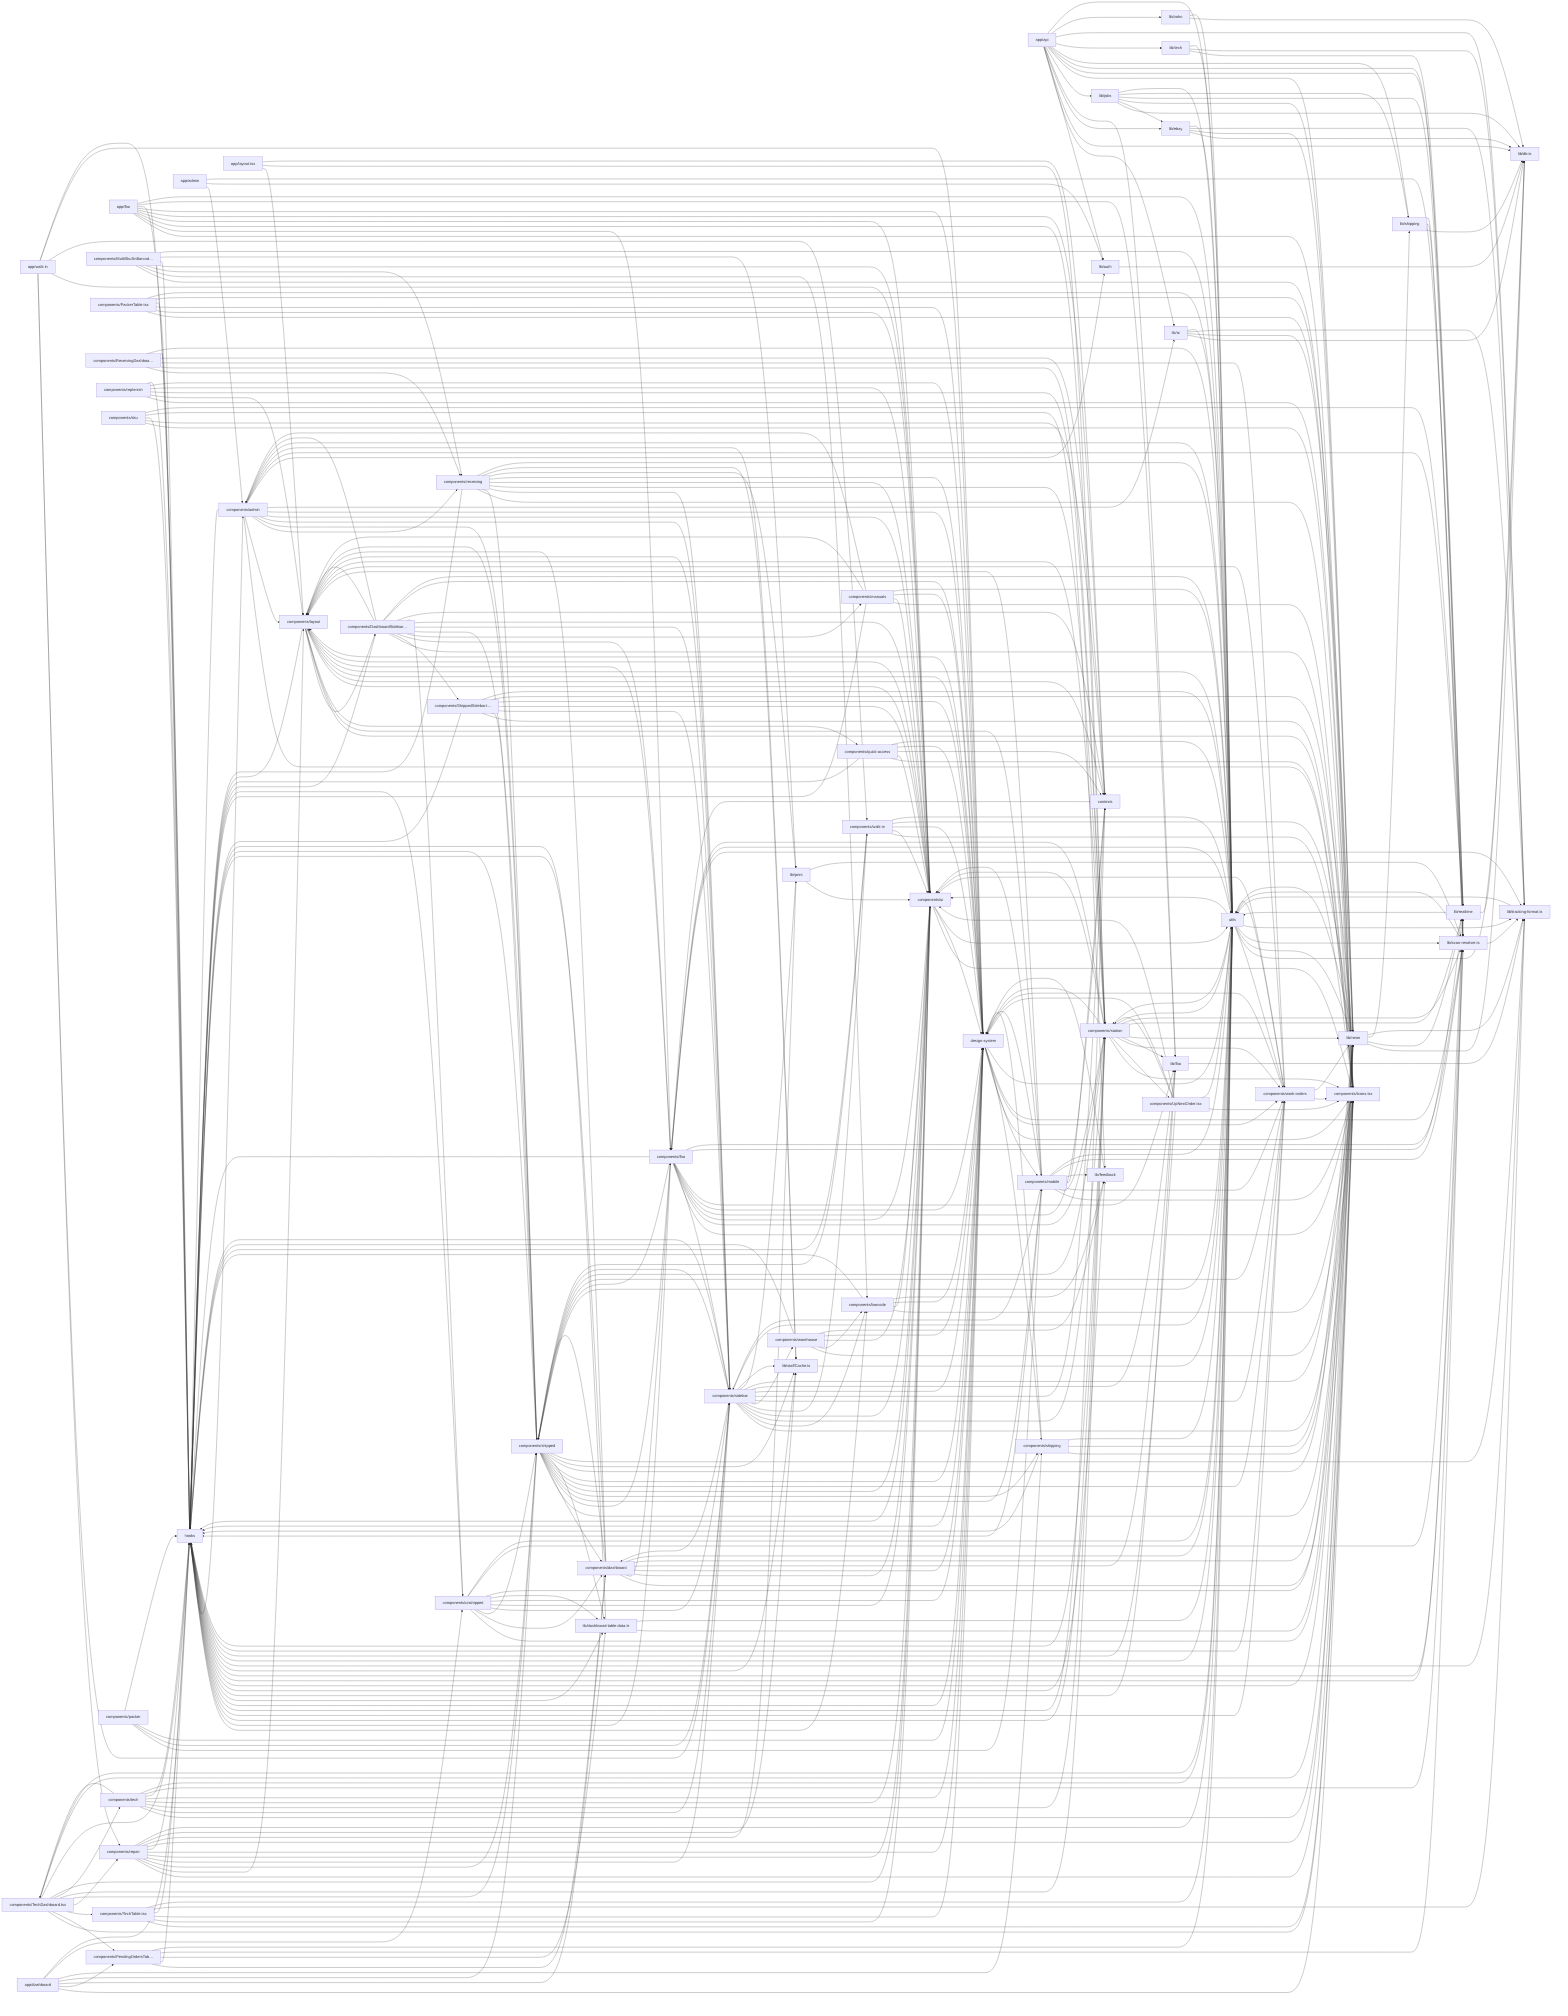
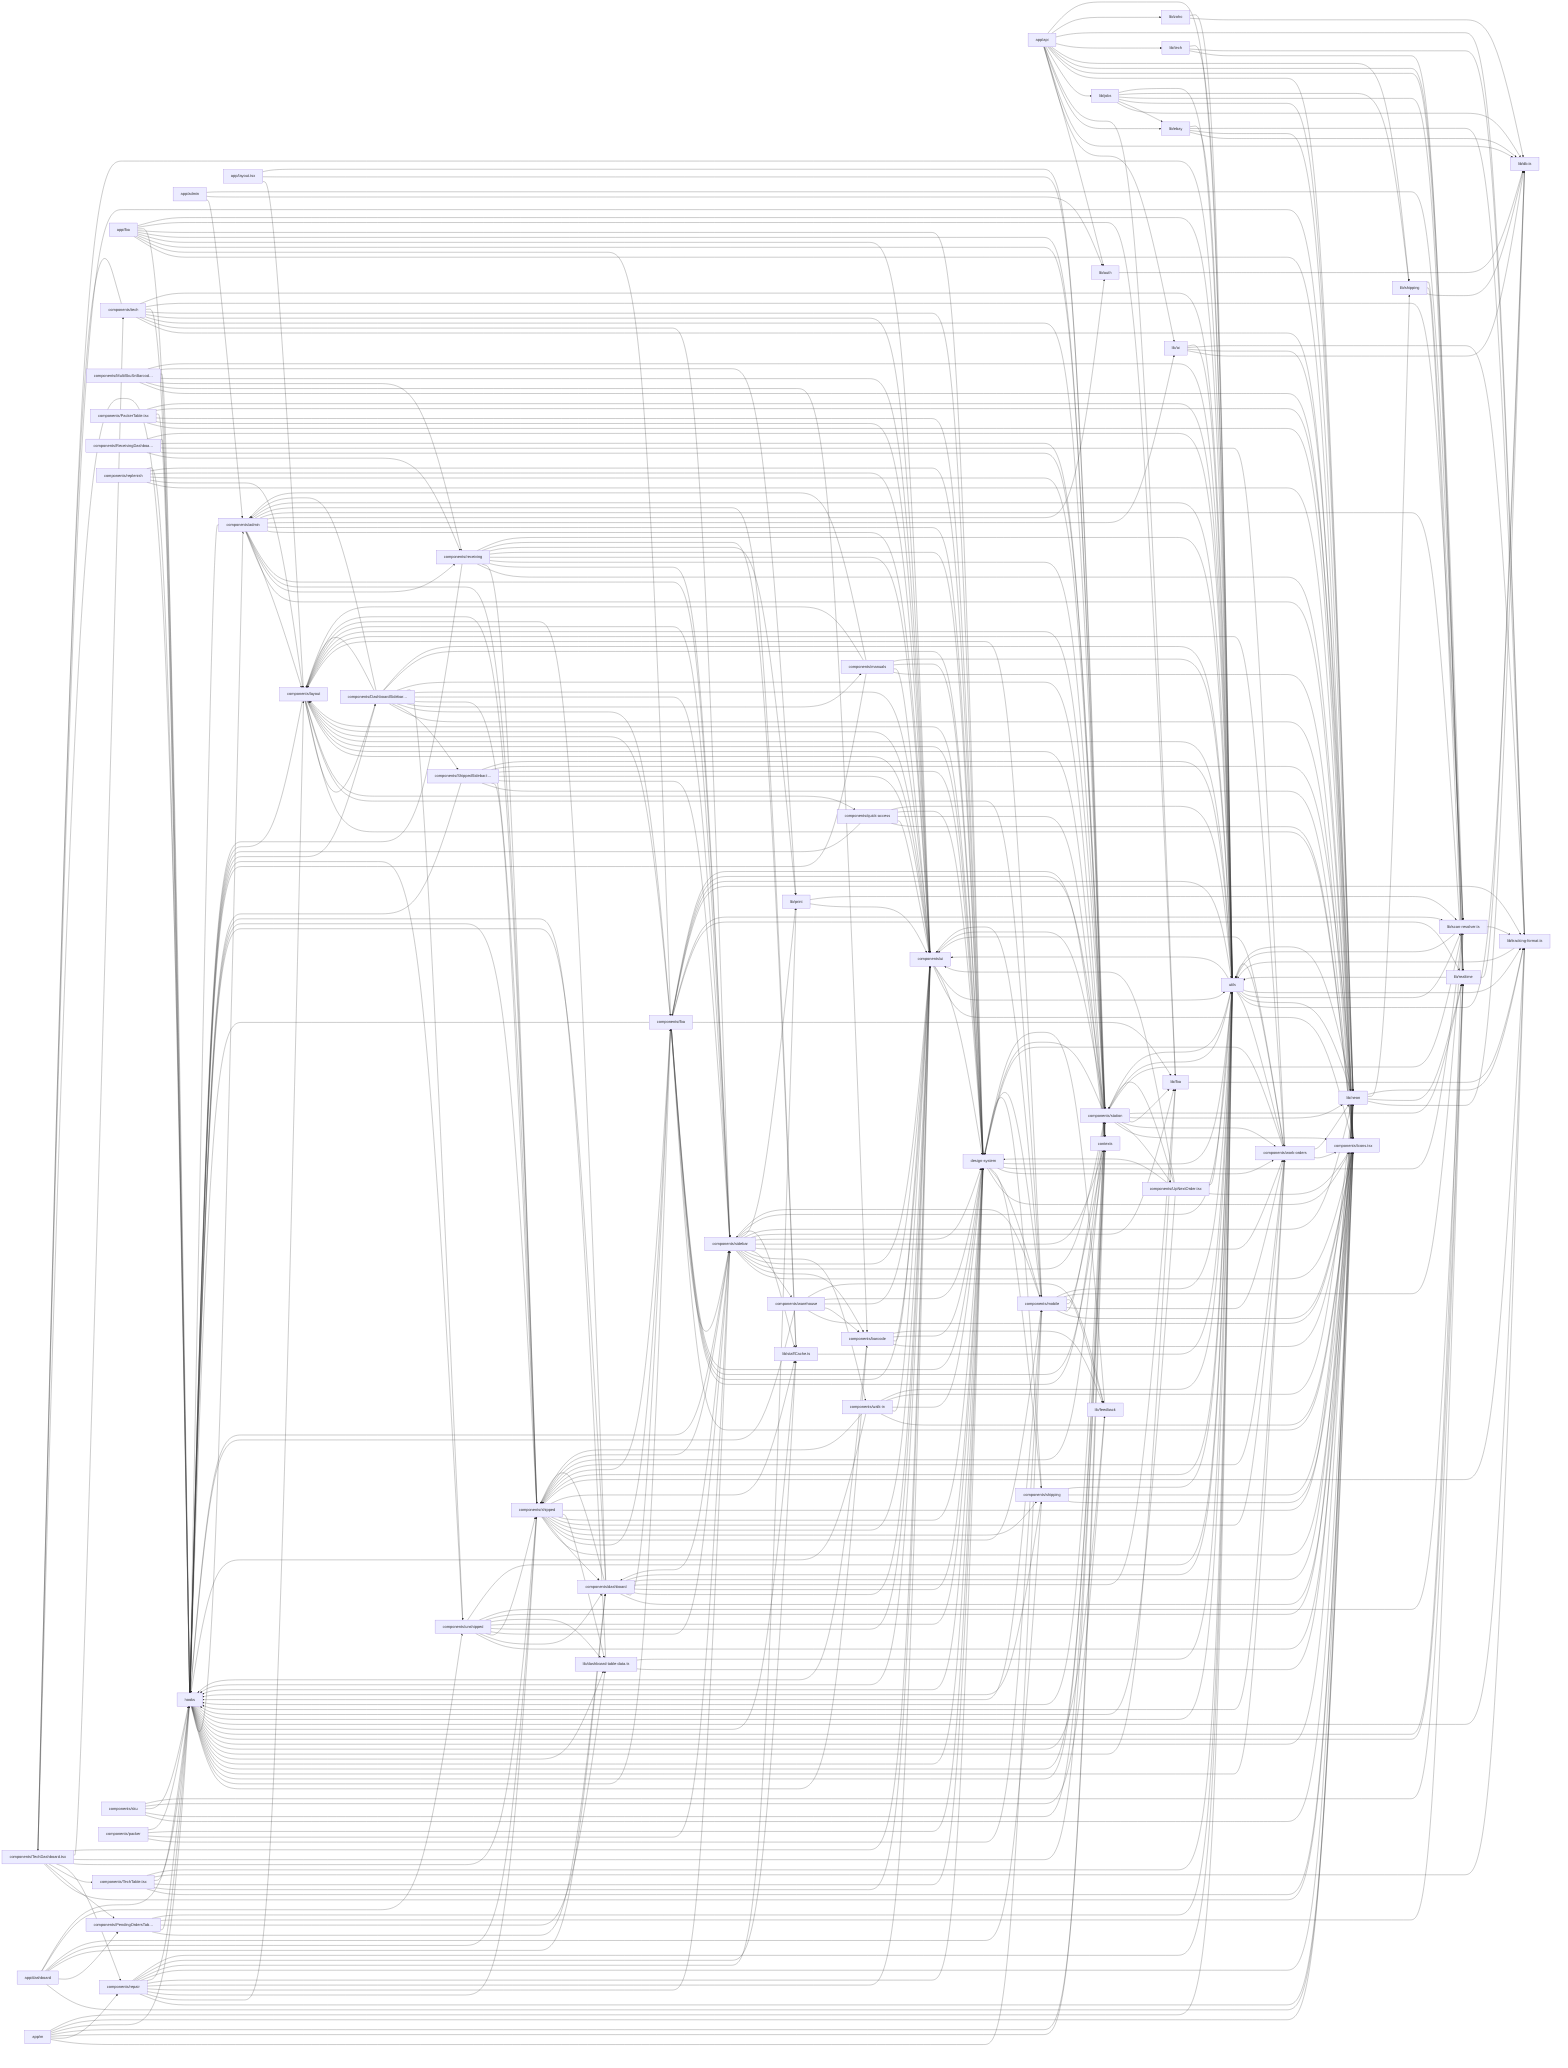
flowchart LR
  hooks["hooks"]
  click hooks "src/hooks/useShippedTableData.ts" "Open src/hooks/useShippedTableData.ts"
  utils["utils"]
  click utils "src/utils/receiving-search-history.ts" "Open src/utils/receiving-search-history.ts"
  app_api["app/api"]
  click app_api "src/app/api/scan-tracking/route.ts" "Open src/app/api/scan-tracking/route.ts"
  design_system["design-system"]
  click design_system "src/design-system/index.ts" "Open src/design-system/index.ts"
  components_Icons_tsx["components/Icons.tsx"]
  click components_Icons_tsx "src/components/Icons.tsx" "Open src/components/Icons.tsx"
  components_sidebar["components/sidebar"]
  click components_sidebar "src/components/sidebar/DeviceModeToggle.tsx" "Open src/components/sidebar/DeviceModeToggle.tsx"
  components_ui["components/ui"]
  click components_ui "src/components/ui/DeleteButton.tsx" "Open src/components/ui/DeleteButton.tsx"
  components_layout["components/layout"]
  click components_layout "src/components/layout/OfflineBanner.tsx" "Open src/components/layout/OfflineBanner.tsx"
  components_shipped["components/shipped"]
  click components_shipped "src/components/shipped/DateGroupHeader.tsx" "Open src/components/shipped/DateGroupHeader.tsx"
  components_station["components/station"]
  click components_station "src/components/station/BarcodeScanner.tsx" "Open src/components/station/BarcodeScanner.tsx"
  lib_neon["lib/neon"]
  click lib_neon "src/lib/neon/serial-units-queries.ts" "Open src/lib/neon/serial-units-queries.ts"
  lib_db_ts["lib/db.ts"]
  click lib_db_ts "src/lib/db.ts" "Open src/lib/db.ts"
  components_fba["components/fba"]
  click components_fba "src/components/fba/FbaShippedTable.tsx" "Open src/components/fba/FbaShippedTable.tsx"
  contexts["contexts"]
  click contexts "src/contexts/HeaderContext.tsx" "Open src/contexts/HeaderContext.tsx"
  components_work_orders["components/work-orders"]
  click components_work_orders "src/components/work-orders/WorkOrderInfoStrip.tsx" "Open src/components/work-orders/WorkOrderInfoStrip.tsx"
  components_admin["components/admin"]
  click components_admin "src/components/admin/AccessSidebarPanel.tsx" "Open src/components/admin/AccessSidebarPanel.tsx"
  components_mobile["components/mobile"]
-   click components_mobile "src/components/mobile/MobileDateGroupHeader.tsx" "Open src/components/mobile/MobileDateGroupHeader.tsx"
+   click components_mobile "src/components/mobile/ScanSurface.tsx" "Open src/components/mobile/ScanSurface.tsx"
  lib_realtime["lib/realtime"]
  click lib_realtime "src/lib/realtime/db-events.ts" "Open src/lib/realtime/db-events.ts"
  components_receiving["components/receiving"]
  click components_receiving "src/components/receiving/Mode2Unboxing.tsx" "Open src/components/receiving/Mode2Unboxing.tsx"
  components_DashboardSidebar_tsx["components/DashboardSidebar…"]
  click components_DashboardSidebar_tsx "src/components/DashboardSidebar.tsx" "Open src/components/DashboardSidebar.tsx"
  components_repair["components/repair"]
  click components_repair "src/components/repair/SignaturePad.tsx" "Open src/components/repair/SignaturePad.tsx"
  components_dashboard["components/dashboard"]
  click components_dashboard "src/components/dashboard/StockZohoOrdersTable.tsx" "Open src/components/dashboard/StockZohoOrdersTable.tsx"
  lib_scan_resolver_ts["lib/scan-resolver.ts"]
  click lib_scan_resolver_ts "src/lib/scan-resolver.ts" "Open src/lib/scan-resolver.ts"
  lib_tracking_format_ts["lib/tracking-format.ts"]
  click lib_tracking_format_ts "src/lib/tracking-format.ts" "Open src/lib/tracking-format.ts"
  components_TechDashboard_tsx["components/TechDashboard.tsx"]
  click components_TechDashboard_tsx "src/components/TechDashboard.tsx" "Open src/components/TechDashboard.tsx"
  components_unshipped["components/unshipped"]
  click components_unshipped "src/components/unshipped/UnshippedTable.tsx" "Open src/components/unshipped/UnshippedTable.tsx"
  components_tech["components/tech"]
  click components_tech "src/components/tech/UpNextActionDock.tsx" "Open src/components/tech/UpNextActionDock.tsx"
  lib_jobs["lib/jobs"]
  click lib_jobs "src/lib/jobs/ebay-sync.ts" "Open src/lib/jobs/ebay-sync.ts"
  components_walk_in["components/walk-in"]
  click components_walk_in "src/components/walk-in/SalesDetailsPanel.tsx" "Open src/components/walk-in/SalesDetailsPanel.tsx"
  components_manuals["components/manuals"]
  click components_manuals "src/components/manuals/ManualsLibrarySidebar.tsx" "Open src/components/manuals/ManualsLibrarySidebar.tsx"
  lib_print["lib/print"]
  click lib_print "src/lib/print/printRepairLabel.ts" "Open src/lib/print/printRepairLabel.ts"
  app_fba["app/fba"]
  click app_fba "src/app/fba/page.tsx" "Open src/app/fba/page.tsx"
  components_ShippedSidebar_tsx["components/ShippedSidebar.t…"]
  click components_ShippedSidebar_tsx "src/components/ShippedSidebar.tsx" "Open src/components/ShippedSidebar.tsx"
  components_quick_access["components/quick-access"]
  click components_quick_access "src/components/quick-access/RecentSection.tsx" "Open src/components/quick-access/RecentSection.tsx"
  components_warehouse["components/warehouse"]
  click components_warehouse "src/components/warehouse/FillBar.tsx" "Open src/components/warehouse/FillBar.tsx"
  components_barcode["components/barcode"]
  click components_barcode "src/components/barcode/SkuInput.tsx" "Open src/components/barcode/SkuInput.tsx"
  lib_auth["lib/auth"]
  click lib_auth "src/lib/auth/dynamic-route-guard.ts" "Open src/lib/auth/dynamic-route-guard.ts"
  lib_ai["lib/ai"]
  click lib_ai "src/lib/ai/date-range.test.ts" "Open src/lib/ai/date-range.test.ts"
  lib_fba["lib/fba"]
  click lib_fba "src/lib/fba/board-item.ts" "Open src/lib/fba/board-item.ts"
  components_PendingOrdersTable_tsx["components/PendingOrdersTab…"]
  click components_PendingOrdersTable_tsx "src/components/PendingOrdersTable.tsx" "Open src/components/PendingOrdersTable.tsx"
  components_shipping["components/shipping"]
  click components_shipping "src/components/shipping/StaffButtonGrid.tsx" "Open src/components/shipping/StaffButtonGrid.tsx"
  lib_dashboard_table_data_ts["lib/dashboard-table-data.ts"]
  click lib_dashboard_table_data_ts "src/lib/dashboard-table-data.ts" "Open src/lib/dashboard-table-data.ts"
  lib_shipping["lib/shipping"]
  click lib_shipping "src/lib/shipping/repository.ts" "Open src/lib/shipping/repository.ts"
  app_layout_tsx["app/layout.tsx"]
  click app_layout_tsx "src/app/layout.tsx" "Open src/app/layout.tsx"
  app_dashboard["app/dashboard"]
  click app_dashboard "src/app/dashboard/page.tsx" "Open src/app/dashboard/page.tsx"
+   app_m["app/m"]
+   click app_m "src/app/m/enroll/[token]/page.tsx" "Open src/app/m/enroll/[token]/page.tsx"
  components_MultiSkuSnBarcode_tsx["components/MultiSkuSnBarcod…"]
  click components_MultiSkuSnBarcode_tsx "src/components/MultiSkuSnBarcode.tsx" "Open src/components/MultiSkuSnBarcode.tsx"
  components_UpNextOrder_tsx["components/UpNextOrder.tsx"]
  click components_UpNextOrder_tsx "src/components/UpNextOrder.tsx" "Open src/components/UpNextOrder.tsx"
  components_TechTable_tsx["components/TechTable.tsx"]
  click components_TechTable_tsx "src/components/TechTable.tsx" "Open src/components/TechTable.tsx"
  components_PackerTable_tsx["components/PackerTable.tsx"]
  click components_PackerTable_tsx "src/components/PackerTable.tsx" "Open src/components/PackerTable.tsx"
  components_ReceivingDashboard_tsx["components/ReceivingDashboa…"]
  click components_ReceivingDashboard_tsx "src/components/ReceivingDashboard.tsx" "Open src/components/ReceivingDashboard.tsx"
  components_replenish["components/replenish"]
  click components_replenish "src/components/replenish/ReplenishmentReceivingTab.tsx" "Open src/components/replenish/ReplenishmentReceivingTab.tsx"
  components_sku["components/sku"]
  click components_sku "src/components/sku/BinRowDetailsSheet.tsx" "Open src/components/sku/BinRowDetailsSheet.tsx"
  components_packer["components/packer"]
  click components_packer "src/components/packer/PackerPageContent.tsx" "Open src/components/packer/PackerPageContent.tsx"
  lib_staffCache_ts["lib/staffCache.ts"]
  click lib_staffCache_ts "src/lib/staffCache.ts" "Open src/lib/staffCache.ts"
  lib_zoho["lib/zoho"]
  click lib_zoho "src/lib/zoho/mock.ts" "Open src/lib/zoho/mock.ts"
  lib_ebay["lib/ebay"]
  click lib_ebay "src/lib/ebay/token-refresh.ts" "Open src/lib/ebay/token-refresh.ts"
  lib_feedback["lib/feedback"]
  click lib_feedback "src/lib/feedback/confirm.ts" "Open src/lib/feedback/confirm.ts"
  lib_tech["lib/tech"]
  click lib_tech "src/lib/tech/resolveStaffIdFromTechParam.ts" "Open src/lib/tech/resolveStaffIdFromTechParam.ts"
  app_admin["app/admin"]
  click app_admin "src/app/admin/page.tsx" "Open src/app/admin/page.tsx"
-   app_walk_in["app/walk-in"]
-   click app_walk_in "src/app/walk-in/page.tsx" "Open src/app/walk-in/page.tsx"
  app_admin --> components_admin
  app_admin --> lib_auth
  app_admin --> lib_scan_resolver_ts
  app_api --> lib_ai
  app_api --> lib_auth
  app_api --> lib_db_ts
  app_api --> lib_ebay
  app_api --> lib_fba
  app_api --> lib_jobs
  app_api --> lib_neon
  app_api --> lib_realtime
  app_api --> lib_scan_resolver_ts
  app_api --> lib_shipping
  app_api --> lib_tech
  app_api --> lib_tracking_format_ts
  app_api --> lib_zoho
  app_api --> utils
  app_dashboard --> components_Icons_tsx
  app_dashboard --> components_PendingOrdersTable_tsx
  app_dashboard --> components_dashboard
  app_dashboard --> components_shipped
  app_dashboard --> components_shipping
  app_dashboard --> components_unshipped
  app_dashboard --> hooks
  app_fba --> components_Icons_tsx
  app_fba --> components_fba
  app_fba --> components_station
  app_fba --> components_ui
  app_fba --> contexts
  app_fba --> design_system
  app_fba --> hooks
  app_fba --> lib_fba
  app_fba --> utils
  app_layout_tsx --> components_layout
  app_layout_tsx --> components_station
  app_layout_tsx --> contexts
-   app_walk_in --> components_repair
-   app_walk_in --> components_sidebar
-   app_walk_in --> components_ui
-   app_walk_in --> components_walk_in
-   app_walk_in --> design_system
-   app_walk_in --> hooks
+   app_m --> components_mobile
+   app_m --> components_repair
+   app_m --> components_station
+   app_m --> contexts
+   app_m --> hooks
+   app_m --> lib_neon
+   app_m --> utils
  components_DashboardSidebar_tsx --> components_Icons_tsx
  components_DashboardSidebar_tsx --> components_ShippedSidebar_tsx
  components_DashboardSidebar_tsx --> components_admin
  components_DashboardSidebar_tsx --> components_fba
  components_DashboardSidebar_tsx --> components_layout
  components_DashboardSidebar_tsx --> components_manuals
  components_DashboardSidebar_tsx --> components_shipped
  components_DashboardSidebar_tsx --> components_sidebar
  components_DashboardSidebar_tsx --> components_ui
  components_DashboardSidebar_tsx --> components_unshipped
  components_DashboardSidebar_tsx --> contexts
  components_DashboardSidebar_tsx --> design_system
  components_DashboardSidebar_tsx --> hooks
  components_DashboardSidebar_tsx --> utils
  components_MultiSkuSnBarcode_tsx --> components_Icons_tsx
  components_MultiSkuSnBarcode_tsx --> components_barcode
  components_MultiSkuSnBarcode_tsx --> components_receiving
  components_MultiSkuSnBarcode_tsx --> components_ui
  components_MultiSkuSnBarcode_tsx --> hooks
  components_MultiSkuSnBarcode_tsx --> lib_print
  components_MultiSkuSnBarcode_tsx --> utils
  components_PackerTable_tsx --> components_Icons_tsx
  components_PackerTable_tsx --> components_ui
  components_PackerTable_tsx --> design_system
  components_PackerTable_tsx --> hooks
  components_PackerTable_tsx --> lib_neon
  components_PackerTable_tsx --> utils
  components_PendingOrdersTable_tsx --> components_dashboard
  components_PendingOrdersTable_tsx --> hooks
  components_PendingOrdersTable_tsx --> lib_dashboard_table_data_ts
  components_PendingOrdersTable_tsx --> lib_realtime
  components_PendingOrdersTable_tsx --> utils
  components_ReceivingDashboard_tsx --> components_receiving
  components_ReceivingDashboard_tsx --> components_station
  components_ReceivingDashboard_tsx --> components_work_orders
  components_ReceivingDashboard_tsx --> contexts
  components_ReceivingDashboard_tsx --> hooks
  components_ReceivingDashboard_tsx --> utils
  components_ShippedSidebar_tsx --> components_Icons_tsx
  components_ShippedSidebar_tsx --> components_shipped
  components_ShippedSidebar_tsx --> components_sidebar
  components_ShippedSidebar_tsx --> components_ui
  components_ShippedSidebar_tsx --> design_system
  components_ShippedSidebar_tsx --> hooks
  components_ShippedSidebar_tsx --> lib_neon
  components_ShippedSidebar_tsx --> utils
  components_TechDashboard_tsx --> components_Icons_tsx
  components_TechDashboard_tsx --> components_PendingOrdersTable_tsx
  components_TechDashboard_tsx --> components_TechTable_tsx
  components_TechDashboard_tsx --> components_repair
  components_TechDashboard_tsx --> components_shipped
  components_TechDashboard_tsx --> components_station
  components_TechDashboard_tsx --> components_tech
  components_TechDashboard_tsx --> components_ui
  components_TechDashboard_tsx --> hooks
  components_TechDashboard_tsx --> lib_neon
  components_TechDashboard_tsx --> utils
  components_TechTable_tsx --> components_Icons_tsx
  components_TechTable_tsx --> components_ui
  components_TechTable_tsx --> design_system
  components_TechTable_tsx --> hooks
  components_TechTable_tsx --> lib_tracking_format_ts
  components_TechTable_tsx --> utils
  components_UpNextOrder_tsx --> components_Icons_tsx
  components_UpNextOrder_tsx --> components_station
  components_UpNextOrder_tsx --> components_ui
  components_UpNextOrder_tsx --> design_system
  components_UpNextOrder_tsx --> hooks
  components_UpNextOrder_tsx --> utils
  components_admin --> components_Icons_tsx
  components_admin --> components_layout
  components_admin --> components_receiving
  components_admin --> components_shipped
  components_admin --> components_sidebar
  components_admin --> components_ui
  components_admin --> design_system
  components_admin --> hooks
  components_admin --> lib_ai
  components_admin --> lib_auth
  components_admin --> lib_realtime
  components_admin --> lib_staffCache_ts
  components_admin --> utils
  components_barcode --> components_Icons_tsx
  components_barcode --> components_ui
  components_barcode --> design_system
  components_barcode --> hooks
  components_barcode --> lib_feedback
  components_dashboard --> components_Icons_tsx
  components_dashboard --> components_fba
  components_dashboard --> components_layout
  components_dashboard --> components_shipped
  components_dashboard --> components_ui
  components_dashboard --> design_system
  components_dashboard --> hooks
  components_dashboard --> lib_fba
  components_dashboard --> lib_neon
  components_dashboard --> utils
  components_fba --> components_Icons_tsx
  components_fba --> components_layout
  components_fba --> components_shipped
  components_fba --> components_sidebar
  components_fba --> components_station
  components_fba --> components_ui
  components_fba --> contexts
  components_fba --> design_system
  components_fba --> hooks
  components_fba --> lib_fba
  components_fba --> lib_realtime
  components_fba --> lib_scan_resolver_ts
  components_fba --> lib_tracking_format_ts
  components_fba --> utils
  components_layout --> components_DashboardSidebar_tsx
  components_layout --> components_Icons_tsx
  components_layout --> components_mobile
  components_layout --> components_quick_access
  components_layout --> components_ui
  components_layout --> contexts
  components_layout --> design_system
  components_layout --> hooks
  components_layout --> utils
  components_manuals --> components_Icons_tsx
  components_manuals --> components_admin
  components_manuals --> components_layout
  components_manuals --> components_ui
  components_manuals --> design_system
  components_manuals --> hooks
  components_manuals --> utils
  components_mobile --> components_Icons_tsx
  components_mobile --> components_layout
  components_mobile --> components_sidebar
  components_mobile --> components_station
  components_mobile --> components_ui
  components_mobile --> components_work_orders
  components_mobile --> contexts
  components_mobile --> design_system
  components_mobile --> hooks
  components_mobile --> lib_feedback
  components_mobile --> lib_scan_resolver_ts
  components_mobile --> utils
  components_packer --> components_mobile
  components_packer --> components_sidebar
  components_packer --> design_system
  components_packer --> hooks
  components_quick_access --> components_Icons_tsx
  components_quick_access --> components_ui
  components_quick_access --> contexts
  components_quick_access --> design_system
  components_quick_access --> hooks
  components_quick_access --> utils
  components_receiving --> components_Icons_tsx
  components_receiving --> components_shipped
  components_receiving --> components_sidebar
  components_receiving --> components_station
  components_receiving --> components_ui
  components_receiving --> design_system
  components_receiving --> hooks
  components_receiving --> lib_print
  components_receiving --> lib_staffCache_ts
  components_receiving --> utils
  components_repair --> components_Icons_tsx
  components_repair --> components_layout
  components_repair --> components_shipped
  components_repair --> components_sidebar
  components_repair --> components_ui
  components_repair --> design_system
  components_repair --> hooks
  components_repair --> lib_neon
  components_repair --> lib_print
  components_repair --> lib_staffCache_ts
  components_repair --> utils
  components_replenish --> components_Icons_tsx
  components_replenish --> components_layout
  components_replenish --> components_station
  components_replenish --> components_ui
  components_replenish --> design_system
  components_replenish --> hooks
  components_shipped --> components_Icons_tsx
  components_shipped --> components_dashboard
  components_shipped --> components_fba
  components_shipped --> components_layout
  components_shipped --> components_mobile
  components_shipped --> components_shipping
  components_shipped --> components_ui
  components_shipped --> components_work_orders
  components_shipped --> design_system
  components_shipped --> hooks
  components_shipped --> lib_dashboard_table_data_ts
  components_shipped --> lib_neon
  components_shipped --> lib_staffCache_ts
  components_shipped --> lib_tracking_format_ts
  components_shipped --> utils
  components_shipping --> components_Icons_tsx
  components_shipping --> design_system
  components_shipping --> hooks
  components_shipping --> lib_neon
  components_shipping --> utils
  components_sidebar --> components_Icons_tsx
  components_sidebar --> components_barcode
  components_sidebar --> components_dashboard
  components_sidebar --> components_layout
  components_sidebar --> components_shipped
  components_sidebar --> components_station
  components_sidebar --> components_ui
  components_sidebar --> components_walk_in
  components_sidebar --> components_warehouse
  components_sidebar --> components_work_orders
  components_sidebar --> contexts
  components_sidebar --> design_system
  components_sidebar --> hooks
  components_sidebar --> lib_fba
  components_sidebar --> lib_neon
  components_sidebar --> lib_print
  components_sidebar --> lib_staffCache_ts
  components_sidebar --> utils
  components_sku --> components_Icons_tsx
  components_sku --> contexts
  components_sku --> hooks
  components_sku --> lib_feedback
  components_sku --> lib_realtime
  components_station --> components_Icons_tsx
  components_station --> components_UpNextOrder_tsx
  components_station --> components_fba
  components_station --> components_layout
  components_station --> components_shipped
  components_station --> components_ui
  components_station --> components_work_orders
  components_station --> design_system
  components_station --> hooks
  components_station --> lib_fba
  components_station --> lib_neon
  components_station --> lib_realtime
  components_station --> lib_scan_resolver_ts
  components_station --> utils
  components_tech --> components_Icons_tsx
  components_tech --> components_TechDashboard_tsx
  components_tech --> components_sidebar
  components_tech --> components_station
  components_tech --> components_ui
  components_tech --> design_system
  components_tech --> hooks
  components_tech --> lib_scan_resolver_ts
  components_tech --> utils
  components_ui --> components_Icons_tsx
  components_ui --> components_layout
  components_ui --> design_system
  components_ui --> hooks
  components_ui --> utils
  components_unshipped --> components_Icons_tsx
  components_unshipped --> components_dashboard
  components_unshipped --> components_shipped
  components_unshipped --> components_sidebar
  components_unshipped --> components_ui
  components_unshipped --> design_system
  components_unshipped --> hooks
  components_unshipped --> lib_dashboard_table_data_ts
  components_unshipped --> lib_neon
  components_unshipped --> lib_realtime
  components_unshipped --> utils
  components_walk_in --> components_Icons_tsx
  components_walk_in --> components_shipped
  components_walk_in --> components_ui
  components_walk_in --> design_system
  components_walk_in --> hooks
  components_walk_in --> lib_neon
  components_walk_in --> utils
  components_warehouse --> components_Icons_tsx
  components_warehouse --> components_barcode
  components_warehouse --> components_ui
  components_warehouse --> design_system
  components_warehouse --> hooks
  components_warehouse --> lib_feedback
  components_work_orders --> components_Icons_tsx
  components_work_orders --> components_layout
  components_work_orders --> components_shipped
  components_work_orders --> components_ui
  components_work_orders --> design_system
  components_work_orders --> hooks
  components_work_orders --> lib_neon
  components_work_orders --> utils
  contexts --> components_fba
  design_system --> components_Icons_tsx
  design_system --> components_layout
  design_system --> components_mobile
  design_system --> components_shipping
  design_system --> components_work_orders
  design_system --> hooks
  design_system --> lib_scan_resolver_ts
  design_system --> utils
  hooks --> components_admin
  hooks --> components_barcode
  hooks --> components_fba
  hooks --> components_station
  hooks --> components_work_orders
  hooks --> contexts
  hooks --> design_system
  hooks --> lib_dashboard_table_data_ts
  hooks --> lib_fba
  hooks --> lib_feedback
  hooks --> lib_neon
  hooks --> lib_realtime
  hooks --> lib_scan_resolver_ts
  hooks --> lib_staffCache_ts
  hooks --> lib_tracking_format_ts
  hooks --> utils
  lib_ai --> lib_db_ts
  lib_ai --> lib_neon
  lib_ai --> lib_tracking_format_ts
  lib_ai --> utils
  lib_auth --> lib_db_ts
  lib_dashboard_table_data_ts --> hooks
  lib_dashboard_table_data_ts --> lib_neon
  lib_dashboard_table_data_ts --> utils
  lib_ebay --> lib_db_ts
  lib_ebay --> lib_neon
  lib_ebay --> lib_tracking_format_ts
  lib_ebay --> utils
  lib_fba --> lib_tracking_format_ts
  lib_feedback --> design_system
  lib_jobs --> lib_db_ts
  lib_jobs --> lib_ebay
  lib_jobs --> lib_neon
  lib_jobs --> lib_realtime
  lib_jobs --> lib_shipping
  lib_jobs --> utils
  lib_neon --> lib_db_ts
  lib_neon --> lib_realtime
  lib_neon --> lib_shipping
  lib_neon --> lib_tracking_format_ts
  lib_neon --> utils
  lib_print --> components_ui
  lib_print --> lib_scan_resolver_ts
  lib_realtime --> lib_db_ts
  lib_realtime --> utils
  lib_scan_resolver_ts --> lib_tracking_format_ts
  lib_scan_resolver_ts --> utils
  lib_shipping --> lib_db_ts
  lib_shipping --> lib_realtime
  lib_shipping --> lib_scan_resolver_ts
  lib_staffCache_ts --> utils
  lib_tech --> lib_realtime
  lib_tech --> lib_tracking_format_ts
  lib_tech --> utils
  lib_tracking_format_ts --> utils
  lib_zoho --> lib_db_ts
  lib_zoho --> utils
  utils --> components_station
  utils --> components_ui
  utils --> components_work_orders
  utils --> lib_db_ts
  utils --> lib_neon
  utils --> lib_scan_resolver_ts
  utils --> lib_tracking_format_ts
-   %% truncated: 139 more groups not shown+   %% truncated: 140 more groups not shown